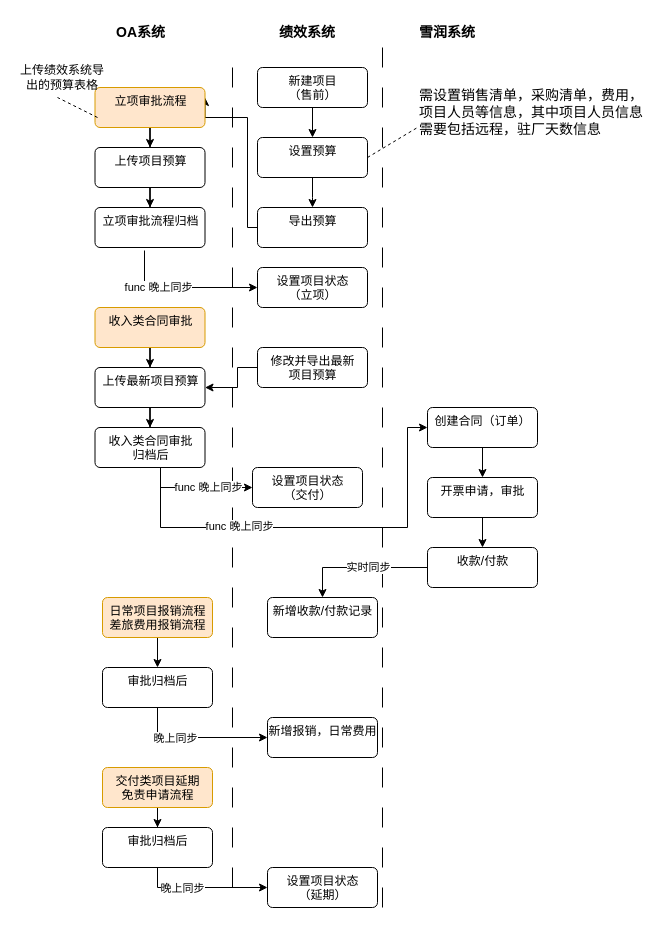
Above: page "总体业务流程图2.0 for 使用说明书" (8 of 8) of shrine-doc/项目绩效总体流程.drawio in easefulfil/CLOUDCARE (draw.io), before the change. Source tidied: cells renumbered, new cells numbered last; positions are measured from the earlier drawing's top-left corner, leaving out a move shared by most shapes. Both pictures are drawn from the tidied source at 100%, with x=0, y=0 at pixel (17, 17).
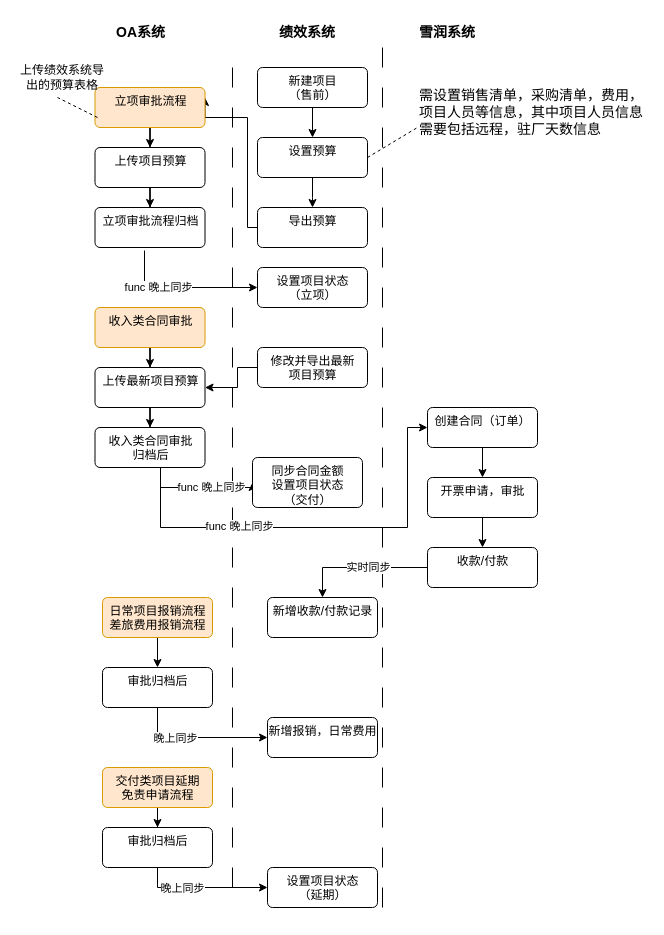
After the change.

Commit message:
更新项目绩效总体流程.drawio

Diff of the diagram source:
```diff
@@
-    <mxCell id="22" value="设置项目状态&lt;br&gt;（交付）" style="html=1;align=center;verticalAlign=top;rounded=1;absoluteArcSize=1;arcSize=10;dashed=0;" parent="1" vertex="1">
-      <mxGeometry x="235" y="450" width="110" height="40" as="geometry" />
+    <mxCell id="22" value="同步合同金额&lt;br&gt;设置项目状态&lt;br&gt;（交付）" style="html=1;align=center;verticalAlign=top;rounded=1;absoluteArcSize=1;arcSize=10;dashed=0;" parent="1" vertex="1">
+      <mxGeometry x="235" y="440" width="110" height="50" as="geometry" />
     </mxCell>
```
